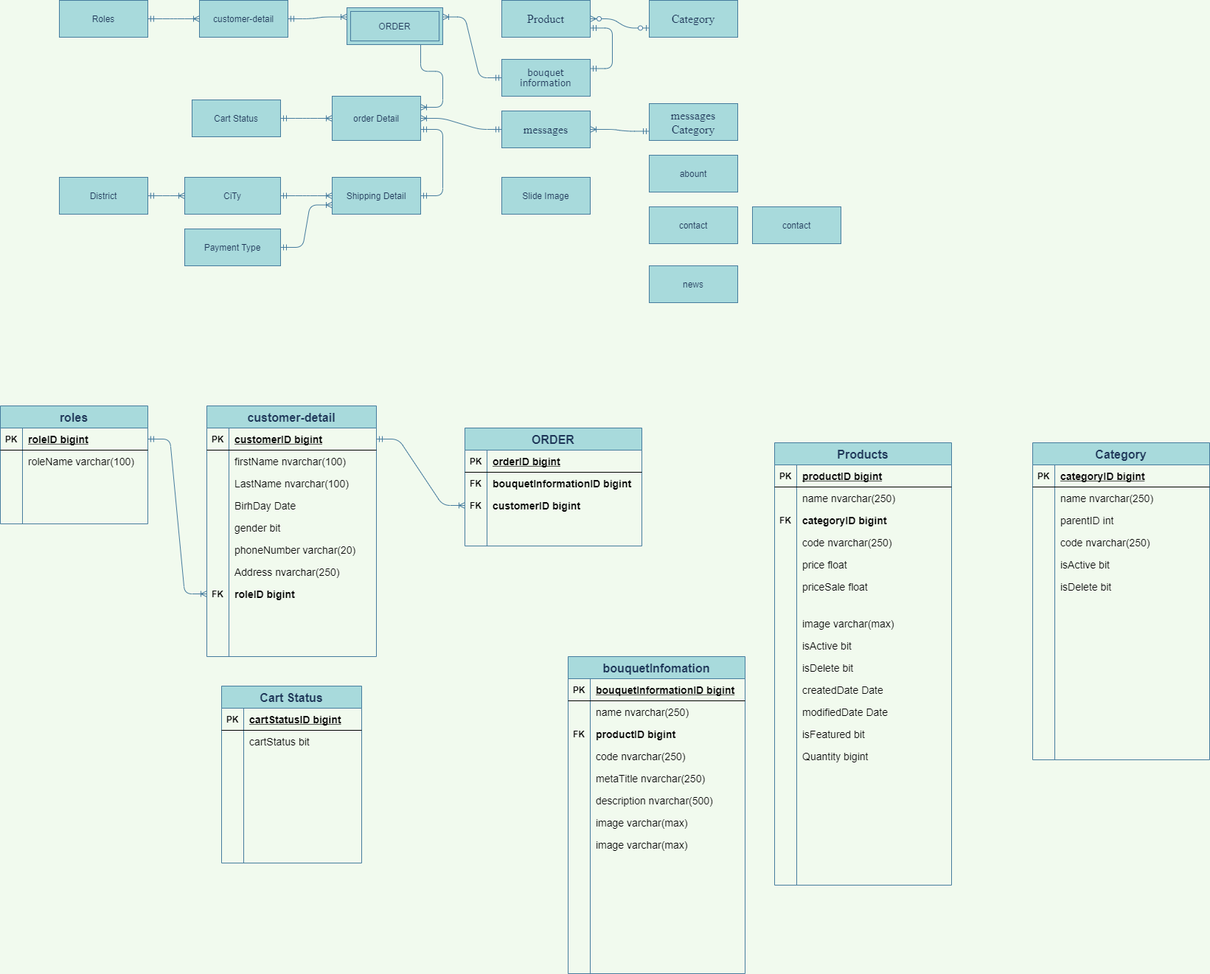
Earlier version of the draw.io export Untitled Diagram.png (maialino123/Eproject-SEM3). Source tidied: cells renumbered, new cells last; positions are measured from the earlier drawing's top-left corner, leaving out a move shared by most shapes.
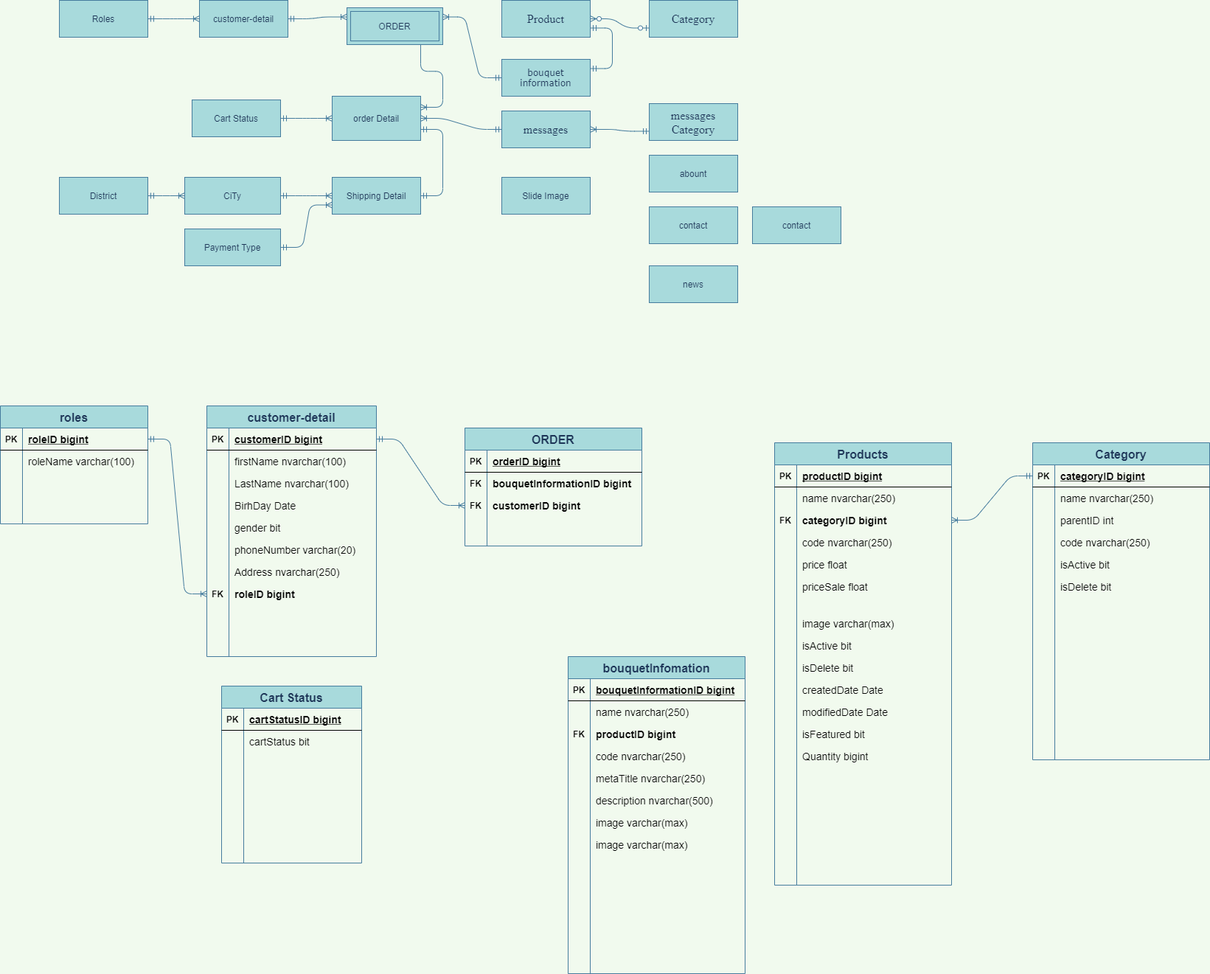
Later version of the same file.

Change to the diagram source:
```diff
@@ -602,5 +602,8 @@
     <mxCell id="201" style="shape=partialRectangle;fillColor=none;top=0;left=0;bottom=0;right=0;align=left;spacingLeft=6;overflow=hidden;fontSize=14;" parent="199" vertex="1">
       <mxGeometry x="30" width="210" height="30" as="geometry" />
     </mxCell>
+    <mxCell id="202" style="edgeStyle=entityRelationEdgeStyle;fontSize=12;html=1;endArrow=ERoneToMany;startArrow=ERmandOne;fontColor=#1D3557;strokeColor=#457B9D;fillColor=#A8DADC;labelBackgroundColor=#F1FAEE;exitX=0;exitY=0.5;exitDx=0;exitDy=0;entryX=1;entryY=0.5;entryDx=0;entryDy=0;" parent="1" edge="1" source="178" target="116">
+      <mxGeometry relative="1" as="geometry" />
+    </mxCell>
   </root>
 </mxGraphModel>
```
